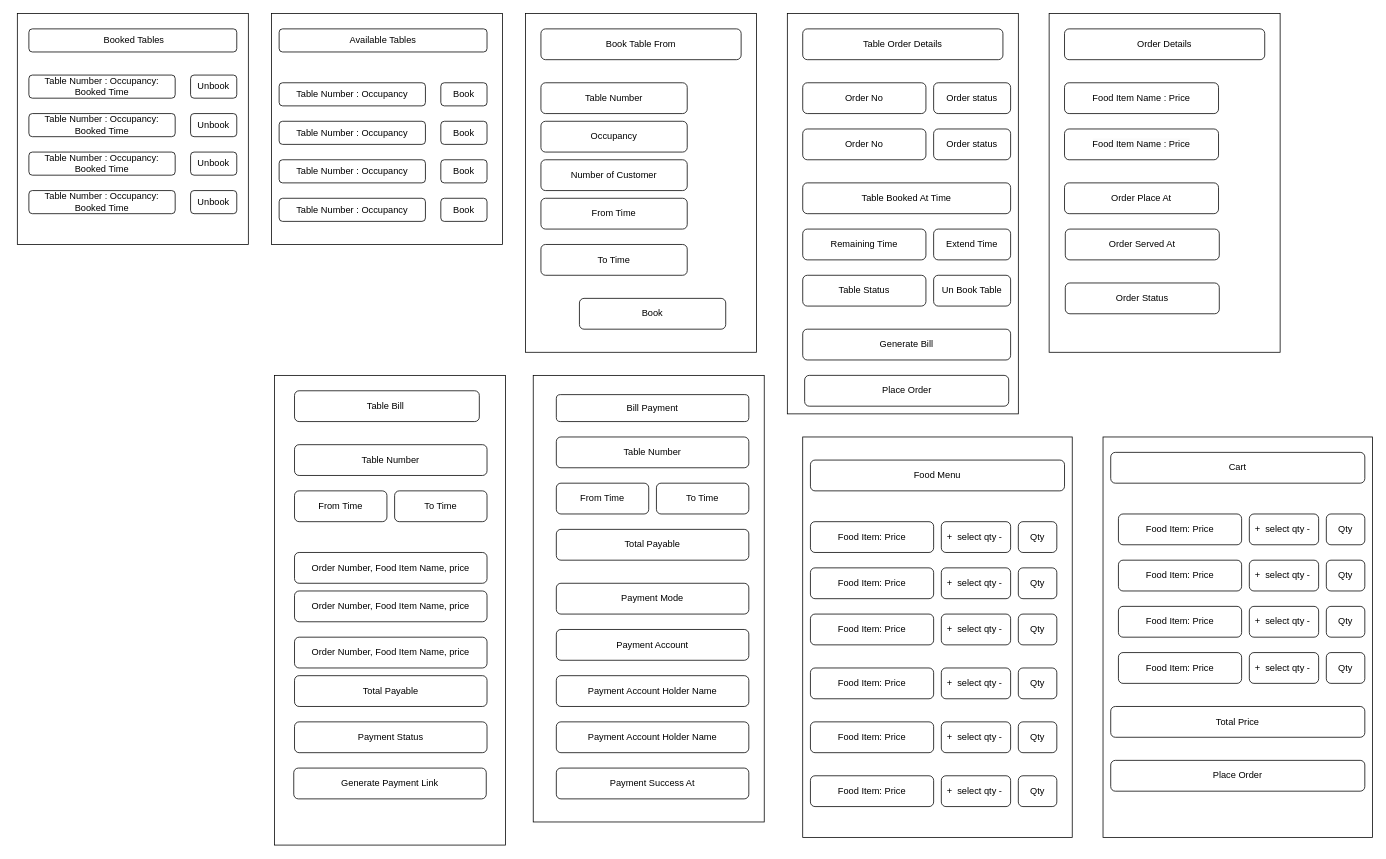
Before: rmp_front_end_screens.drawio in Atypical3991/draw.io, a draw.io diagram. Source tidied: cells renumbered, new cells numbered last; positions are measured from the earlier drawing's top-left corner, leaving out a move shared by most shapes. Both pictures are drawn from the tidied source at 77%, with x=0, y=0 at pixel (17, 13).
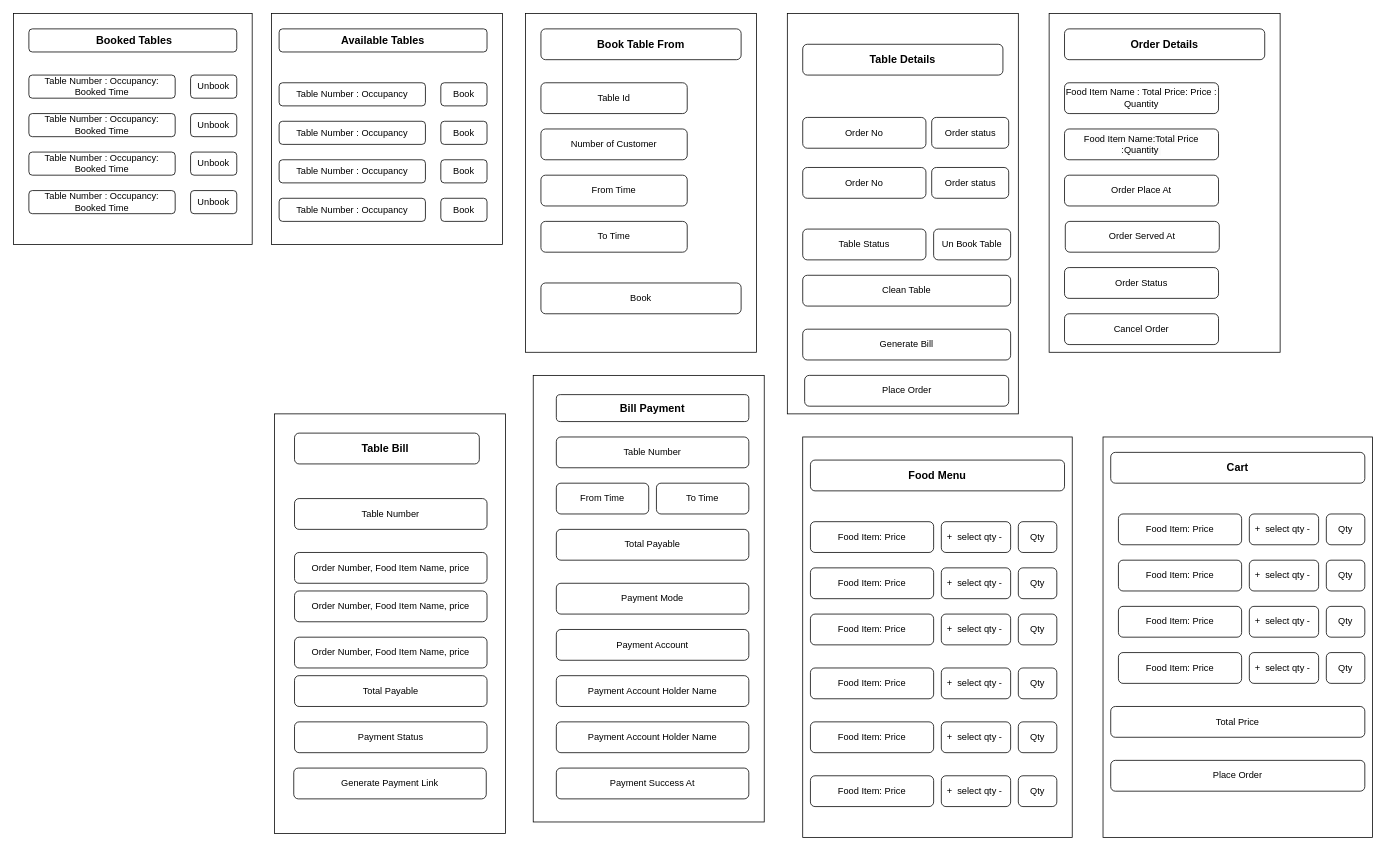
The same page after the edit.

Change to the diagram source:
```diff
@@
-    <mxCell id="3" value="Available Tables" style="rounded=1;whiteSpace=wrap;html=1;" parent="1" vertex="1">
+    <mxCell id="3" value="&lt;font style=&quot;font-size: 14px;&quot;&gt;&lt;b&gt;Available Tables&lt;/b&gt;&lt;/font&gt;" style="rounded=1;whiteSpace=wrap;html=1;" parent="1" vertex="1">
       <mxGeometry x="340" y="20" width="270" height="30" as="geometry" />
     </mxCell>
@@
-    <mxCell id="13" value="Book Table From" style="rounded=1;whiteSpace=wrap;html=1;" parent="1" vertex="1">
+    <mxCell id="13" value="&lt;font style=&quot;font-size: 14px;&quot;&gt;&lt;b&gt;Book Table From&lt;/b&gt;&lt;/font&gt;" style="rounded=1;whiteSpace=wrap;html=1;" parent="1" vertex="1">
       <mxGeometry x="680" y="20" width="260" height="40" as="geometry" />
     </mxCell>
-    <mxCell id="14" value="Table Number" style="rounded=1;whiteSpace=wrap;html=1;" parent="1" vertex="1">
+    <mxCell id="14" value="Table Id" style="rounded=1;whiteSpace=wrap;html=1;" parent="1" vertex="1">
       <mxGeometry x="680" y="90" width="190" height="40" as="geometry" />
     </mxCell>
     <mxCell id="15" value="Number of Customer" style="rounded=1;whiteSpace=wrap;html=1;" parent="1" vertex="1">
-      <mxGeometry x="680" y="190" width="190" height="40" as="geometry" />
+      <mxGeometry x="680" y="150" width="190" height="40" as="geometry" />
     </mxCell>
-    <mxCell id="16" value="Occupancy" style="rounded=1;whiteSpace=wrap;html=1;" parent="1" vertex="1">
-      <mxGeometry x="680" y="140" width="190" height="40" as="geometry" />
-    </mxCell>
     <mxCell id="17" value="From Time" style="rounded=1;whiteSpace=wrap;html=1;" parent="1" vertex="1">
-      <mxGeometry x="680" y="240" width="190" height="40" as="geometry" />
+      <mxGeometry x="680" y="210" width="190" height="40" as="geometry" />
     </mxCell>
     <mxCell id="18" value="To Time" style="rounded=1;whiteSpace=wrap;html=1;" parent="1" vertex="1">
-      <mxGeometry x="680" y="300" width="190" height="40" as="geometry" />
+      <mxGeometry x="680" y="270" width="190" height="40" as="geometry" />
     </mxCell>
     <mxCell id="19" value="Book" style="rounded=1;whiteSpace=wrap;html=1;" parent="1" vertex="1">
-      <mxGeometry x="730" y="370" width="190" height="40" as="geometry" />
+      <mxGeometry x="680" y="350" width="260" height="40" as="geometry" />
     </mxCell>
@@
-    <mxCell id="21" value="Table Order Details" style="rounded=1;whiteSpace=wrap;html=1;" parent="1" vertex="1">
-      <mxGeometry x="1020" y="20" width="260" height="40" as="geometry" />
+    <mxCell id="21" value="&lt;font style=&quot;font-size: 14px;&quot;&gt;&lt;b&gt;Table Details&lt;/b&gt;&lt;/font&gt;" style="rounded=1;whiteSpace=wrap;html=1;" parent="1" vertex="1">
+      <mxGeometry x="1020" y="40" width="260" height="40" as="geometry" />
     </mxCell>
     <mxCell id="22" value="Order No" style="rounded=1;whiteSpace=wrap;html=1;" parent="1" vertex="1">
-      <mxGeometry x="1020" y="90" width="160" height="40" as="geometry" />
+      <mxGeometry x="1020" y="135" width="160" height="40" as="geometry" />
     </mxCell>
     <mxCell id="23" value="Order status" style="rounded=1;whiteSpace=wrap;html=1;" parent="1" vertex="1">
-      <mxGeometry x="1190" y="90" width="100" height="40" as="geometry" />
+      <mxGeometry x="1187.5" y="135" width="100" height="40" as="geometry" />
     </mxCell>
     <mxCell id="24" value="Order No" style="rounded=1;whiteSpace=wrap;html=1;" parent="1" vertex="1">
-      <mxGeometry x="1020" y="150" width="160" height="40" as="geometry" />
+      <mxGeometry x="1020" y="200" width="160" height="40" as="geometry" />
     </mxCell>
     <mxCell id="25" value="Order status" style="rounded=1;whiteSpace=wrap;html=1;" parent="1" vertex="1">
-      <mxGeometry x="1190" y="150" width="100" height="40" as="geometry" />
+      <mxGeometry x="1187.5" y="200" width="100" height="40" as="geometry" />
     </mxCell>
-    <mxCell id="26" value="Remaining Time" style="rounded=1;whiteSpace=wrap;html=1;" parent="1" vertex="1">
-      <mxGeometry x="1020" y="280" width="160" height="40" as="geometry" />
-    </mxCell>
-    <mxCell id="27" value="Table Booked At Time" style="rounded=1;whiteSpace=wrap;html=1;" parent="1" vertex="1">
-      <mxGeometry x="1020" y="220" width="270" height="40" as="geometry" />
-    </mxCell>
-    <mxCell id="28" value="Extend Time" style="rounded=1;whiteSpace=wrap;html=1;" parent="1" vertex="1">
-      <mxGeometry x="1190" y="280" width="100" height="40" as="geometry" />
-    </mxCell>
@@
-    <mxCell id="30" value="Order Details" style="rounded=1;whiteSpace=wrap;html=1;" parent="1" vertex="1">
+    <mxCell id="30" value="&lt;font style=&quot;font-size: 14px;&quot;&gt;&lt;b&gt;Order Details&lt;/b&gt;&lt;/font&gt;" style="rounded=1;whiteSpace=wrap;html=1;" parent="1" vertex="1">
       <mxGeometry x="1360" y="20" width="260" height="40" as="geometry" />
     </mxCell>
-    <mxCell id="31" value="Food Item Name : Price" style="rounded=1;whiteSpace=wrap;html=1;" parent="1" vertex="1">
+    <mxCell id="31" value="Food Item Name : Total Price: Price : Quantity" style="rounded=1;whiteSpace=wrap;html=1;" parent="1" vertex="1">
       <mxGeometry x="1360" y="90" width="200" height="40" as="geometry" />
     </mxCell>
-    <mxCell id="32" value="&lt;span style=&quot;color: rgb(0, 0, 0); font-family: Helvetica; font-size: 12px; font-style: normal; font-variant-ligatures: normal; font-variant-caps: normal; font-weight: 400; letter-spacing: normal; orphans: 2; text-align: center; text-indent: 0px; text-transform: none; widows: 2; word-spacing: 0px; -webkit-text-stroke-width: 0px; white-space: normal; background-color: rgb(251, 251, 251); text-decoration-thickness: initial; text-decoration-style: initial; text-decoration-color: initial; display: inline !important; float: none;&quot;&gt;Food Item Name : Price&lt;/span&gt;" style="rounded=1;whiteSpace=wrap;html=1;" parent="1" vertex="1">
+    <mxCell id="32" value="&lt;span style=&quot;color: rgb(0, 0, 0); font-family: Helvetica; font-size: 12px; font-style: normal; font-variant-ligatures: normal; font-variant-caps: normal; font-weight: 400; letter-spacing: normal; orphans: 2; text-align: center; text-indent: 0px; text-transform: none; widows: 2; word-spacing: 0px; -webkit-text-stroke-width: 0px; white-space: normal; background-color: rgb(251, 251, 251); text-decoration-thickness: initial; text-decoration-style: initial; text-decoration-color: initial; display: inline !important; float: none;&quot;&gt;Food Item Name:Total Price :Quantity&amp;nbsp;&lt;/span&gt;" style="rounded=1;whiteSpace=wrap;html=1;" parent="1" vertex="1">
       <mxGeometry x="1360" y="150" width="200" height="40" as="geometry" />
     </mxCell>
     <mxCell id="33" value="Order Place At" style="rounded=1;whiteSpace=wrap;html=1;" parent="1" vertex="1">
-      <mxGeometry x="1360" y="220" width="200" height="40" as="geometry" />
+      <mxGeometry x="1360" y="210" width="200" height="40" as="geometry" />
     </mxCell>
     <mxCell id="34" value="Order Served At" style="rounded=1;whiteSpace=wrap;html=1;" parent="1" vertex="1">
-      <mxGeometry x="1361" y="280" width="200" height="40" as="geometry" />
+      <mxGeometry x="1361" y="270" width="200" height="40" as="geometry" />
     </mxCell>
     <mxCell id="35" value="Order Status" style="rounded=1;whiteSpace=wrap;html=1;" parent="1" vertex="1">
-      <mxGeometry x="1361" y="350" width="200" height="40" as="geometry" />
+      <mxGeometry x="1360" y="330" width="200" height="40" as="geometry" />
     </mxCell>
     <mxCell id="36" style="rounded=0;whiteSpace=wrap;html=1;direction=south;" parent="1" vertex="1">
-      <mxGeometry x="334" y="470" width="300" height="610" as="geometry" />
+      <mxGeometry x="334" y="520" width="300" height="545" as="geometry" />
     </mxCell>
-    <mxCell id="37" value="Table Bill&amp;nbsp;" style="rounded=1;whiteSpace=wrap;html=1;" parent="1" vertex="1">
-      <mxGeometry x="360" y="490" width="240" height="40" as="geometry" />
+    <mxCell id="37" value="&lt;font style=&quot;font-size: 14px;&quot;&gt;&lt;b&gt;Table Bill&amp;nbsp;&lt;/b&gt;&lt;/font&gt;" style="rounded=1;whiteSpace=wrap;html=1;" parent="1" vertex="1">
+      <mxGeometry x="360" y="545" width="240" height="40" as="geometry" />
     </mxCell>
     <mxCell id="38" value="Table Number" style="rounded=1;whiteSpace=wrap;html=1;" parent="1" vertex="1">
-      <mxGeometry x="360" y="560" width="250" height="40" as="geometry" />
+      <mxGeometry x="360" y="630" width="250" height="40" as="geometry" />
     </mxCell>
-    <mxCell id="39" value="From Time" style="rounded=1;whiteSpace=wrap;html=1;" parent="1" vertex="1">
-      <mxGeometry x="360" y="620" width="120" height="40" as="geometry" />
-    </mxCell>
-    <mxCell id="40" value="To Time" style="rounded=1;whiteSpace=wrap;html=1;" parent="1" vertex="1">
-      <mxGeometry x="490" y="620" width="120" height="40" as="geometry" />
-    </mxCell>
@@
-    <mxCell id="47" value="Bill Payment" style="rounded=1;whiteSpace=wrap;html=1;" parent="1" vertex="1">
+    <mxCell id="47" value="&lt;font style=&quot;font-size: 14px;&quot;&gt;&lt;b&gt;Bill Payment&lt;/b&gt;&lt;/font&gt;" style="rounded=1;whiteSpace=wrap;html=1;" parent="1" vertex="1">
       <mxGeometry x="700" y="495" width="250" height="35" as="geometry" />
     </mxCell>
@@
-    <mxCell id="58" value="Food Menu" style="rounded=1;whiteSpace=wrap;html=1;" parent="1" vertex="1">
+    <mxCell id="58" value="&lt;font style=&quot;font-size: 14px;&quot;&gt;&lt;b&gt;Food Menu&lt;/b&gt;&lt;/font&gt;" style="rounded=1;whiteSpace=wrap;html=1;" parent="1" vertex="1">
       <mxGeometry x="1030" y="580" width="330" height="40" as="geometry" />
     </mxCell>
@@
-    <mxCell id="78" value="Cart" style="rounded=1;whiteSpace=wrap;html=1;" parent="1" vertex="1">
+    <mxCell id="78" value="&lt;font style=&quot;font-size: 14px;&quot;&gt;&lt;b&gt;Cart&lt;/b&gt;&lt;/font&gt;" style="rounded=1;whiteSpace=wrap;html=1;" parent="1" vertex="1">
       <mxGeometry x="1420" y="570" width="330" height="40" as="geometry" />
     </mxCell>
@@
     <mxCell id="95" value="Un Book Table" style="rounded=1;whiteSpace=wrap;html=1;" parent="1" vertex="1">
-      <mxGeometry x="1190" y="340" width="100" height="40" as="geometry" />
+      <mxGeometry x="1190" y="280" width="100" height="40" as="geometry" />
     </mxCell>
     <mxCell id="96" value="Table Status" style="rounded=1;whiteSpace=wrap;html=1;" parent="1" vertex="1">
-      <mxGeometry x="1020" y="340" width="160" height="40" as="geometry" />
+      <mxGeometry x="1020" y="280" width="160" height="40" as="geometry" />
     </mxCell>
@@
     <mxCell id="98" style="rounded=0;whiteSpace=wrap;html=1;direction=south;" parent="1" vertex="1">
-      <mxGeometry width="300" height="300" as="geometry" />
+      <mxGeometry x="-5" width="310" height="300" as="geometry" />
     </mxCell>
-    <mxCell id="99" value="&amp;nbsp;Booked Tables" style="rounded=1;whiteSpace=wrap;html=1;" parent="1" vertex="1">
+    <mxCell id="99" value="&lt;font style=&quot;font-size: 14px;&quot;&gt;&lt;b&gt;&amp;nbsp;Booked Tables&lt;/b&gt;&lt;/font&gt;" style="rounded=1;whiteSpace=wrap;html=1;" parent="1" vertex="1">
       <mxGeometry x="15" y="20" width="270" height="30" as="geometry" />
     </mxCell>
@@
+    <mxCell id="108" value="Clean Table" style="rounded=1;whiteSpace=wrap;html=1;" parent="1" vertex="1">
+      <mxGeometry x="1020" y="340" width="270" height="40" as="geometry" />
+    </mxCell>
+    <mxCell id="109" value="Cancel Order" style="rounded=1;whiteSpace=wrap;html=1;" parent="1" vertex="1">
+      <mxGeometry x="1360" y="390" width="200" height="40" as="geometry" />
+    </mxCell>
```
